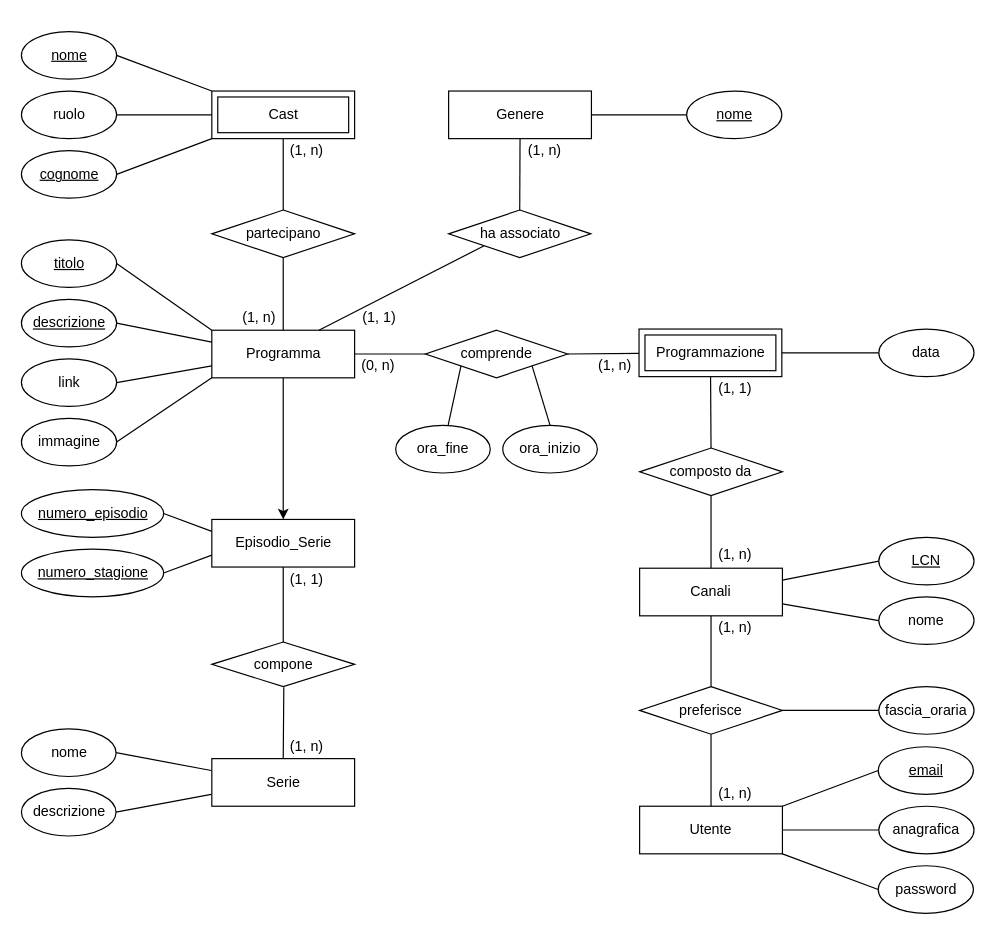
Before: Diagramma ER.drawio in Timat-Piderma/progetto-DB, a draw.io diagram. Source tidied: cells renumbered, new cells numbered last; positions are measured from the earlier drawing's top-left corner, leaving out a move shared by most shapes. Both pictures are drawn from the tidied source at 119%, with x=0, y=0 at pixel (20, 31).
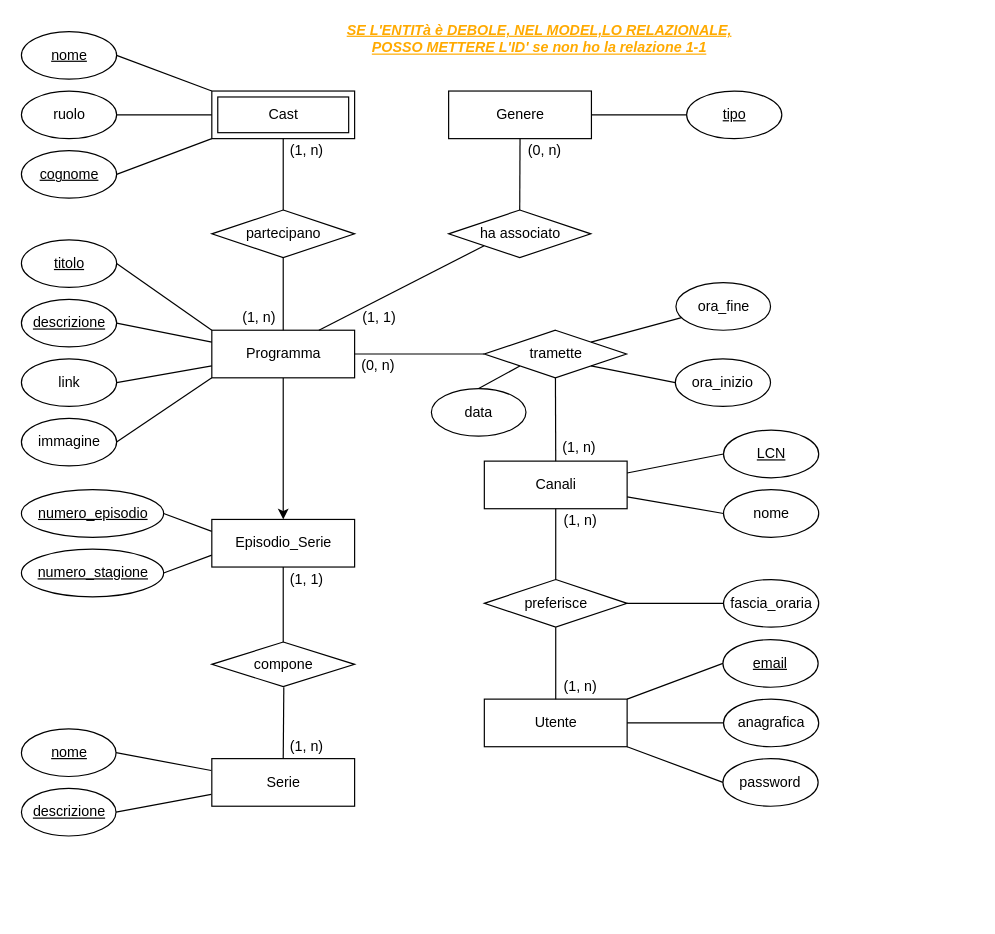
The same diagram, later.

Change to the diagram source:
```diff
@@
-    <mxCell id="2" style="endArrow=none;html=1;rounded=0;entryX=0.5;entryY=0;entryDx=0;entryDy=0;" parent="1" edge="1" source="51" target="4">
-      <mxGeometry relative="1" as="geometry" />
-    </mxCell>
     <mxCell id="3" value="Canali" style="rounded=0;whiteSpace=wrap;html=1;" parent="1" vertex="1">
-      <mxGeometry x="520" y="451" width="120" height="40" as="geometry" />
+      <mxGeometry x="389.5" y="361" width="120" height="40" as="geometry" />
     </mxCell>
-    <mxCell id="4" value="composto da" style="shape=rhombus;perimeter=rhombusPerimeter;whiteSpace=wrap;html=1;align=center;" parent="1" vertex="1">
-      <mxGeometry x="520" y="350" width="120" height="40" as="geometry" />
-    </mxCell>
@@
-    <mxCell id="8" value="comprende" style="shape=rhombus;perimeter=rhombusPerimeter;whiteSpace=wrap;html=1;align=center;" parent="1" vertex="1">
-      <mxGeometry x="340" y="251" width="119.5" height="40" as="geometry" />
+    <mxCell id="8" value="tramette" style="shape=rhombus;perimeter=rhombusPerimeter;whiteSpace=wrap;html=1;align=center;" parent="1" vertex="1">
+      <mxGeometry x="389.5" y="251" width="119.5" height="40" as="geometry" />
     </mxCell>
@@
     <mxCell id="13" style="edgeStyle=orthogonalEdgeStyle;rounded=0;orthogonalLoop=1;jettySize=auto;html=1;" parent="1" edge="1">
       <mxGeometry relative="1" as="geometry">
-        <mxPoint x="1080.5" y="477" as="targetPoint" />
+        <mxPoint x="1021" y="477" as="targetPoint" />
       </mxGeometry>
     </mxCell>
     <mxCell id="14" value="Utente" style="whiteSpace=wrap;html=1;align=center;" parent="1" vertex="1">
-      <mxGeometry x="520" y="651" width="120" height="40" as="geometry" />
+      <mxGeometry x="389.5" y="561" width="120" height="40" as="geometry" />
     </mxCell>
@@
     <mxCell id="16" value="LCN" style="ellipse;whiteSpace=wrap;html=1;align=center;fontStyle=4;" parent="1" vertex="1">
-      <mxGeometry x="721" y="425" width="80" height="40" as="geometry" />
+      <mxGeometry x="590.5" y="335" width="80" height="40" as="geometry" />
     </mxCell>
-    <mxCell id="17" value="ora_inizio" style="ellipse;whiteSpace=wrap;html=1;align=center;" parent="1" vertex="1">
-      <mxGeometry x="405" y="331" width="79.5" height="40" as="geometry" />
+    <mxCell id="17" value="data" style="ellipse;whiteSpace=wrap;html=1;align=center;" parent="1" vertex="1">
+      <mxGeometry x="345" y="300" width="79.5" height="40" as="geometry" />
     </mxCell>
-    <mxCell id="18" value="descrizione" style="ellipse;whiteSpace=wrap;html=1;align=center;" parent="1" vertex="1">
+    <mxCell id="18" value="&lt;u&gt;descrizione&lt;/u&gt;" style="ellipse;whiteSpace=wrap;html=1;align=center;" parent="1" vertex="1">
       <mxGeometry x="0.5" y="636" width="79.5" height="40" as="geometry" />
     </mxCell>
-    <mxCell id="19" value="nome" style="ellipse;whiteSpace=wrap;html=1;align=center;" parent="1" vertex="1">
+    <mxCell id="19" value="&lt;u&gt;nome&lt;/u&gt;" style="ellipse;whiteSpace=wrap;html=1;align=center;" parent="1" vertex="1">
       <mxGeometry x="0.5" y="586" width="79.5" height="40" as="geometry" />
     </mxCell>
@@
     <mxCell id="23" value="email" style="ellipse;whiteSpace=wrap;html=1;align=center;fontStyle=4;" parent="1" vertex="1">
-      <mxGeometry x="720.5" y="601" width="80" height="40" as="geometry" />
+      <mxGeometry x="590" y="511" width="80" height="40" as="geometry" />
     </mxCell>
     <mxCell id="24" value="anagrafica" style="ellipse;whiteSpace=wrap;html=1;align=center;" parent="1" vertex="1">
-      <mxGeometry x="721" y="651" width="80" height="40" as="geometry" />
+      <mxGeometry x="590.5" y="561" width="80" height="40" as="geometry" />
     </mxCell>
     <mxCell id="25" value="password" style="ellipse;whiteSpace=wrap;html=1;align=center;" parent="1" vertex="1">
-      <mxGeometry x="720.5" y="701" width="80" height="40" as="geometry" />
+      <mxGeometry x="590" y="611" width="80" height="40" as="geometry" />
     </mxCell>
     <mxCell id="26" value="nome" style="ellipse;whiteSpace=wrap;html=1;align=center;" parent="1" vertex="1">
-      <mxGeometry x="721" y="475" width="80" height="40" as="geometry" />
+      <mxGeometry x="590.5" y="385" width="80" height="40" as="geometry" />
     </mxCell>
@@
-    <mxCell id="45" style="endArrow=none;html=1;rounded=0;entryX=0.5;entryY=0;entryDx=0;entryDy=0;exitX=1;exitY=1;exitDx=0;exitDy=0;" parent="1" edge="1" source="8" target="17">
+    <mxCell id="45" style="endArrow=none;html=1;rounded=0;entryX=0.5;entryY=0;entryDx=0;entryDy=0;exitX=0;exitY=1;exitDx=0;exitDy=0;" parent="1" edge="1" source="8" target="17">
       <mxGeometry relative="1" as="geometry" />
     </mxCell>
@@
-    <mxCell id="50" style="endArrow=none;html=1;rounded=0;exitX=0.5;exitY=0;exitDx=0;exitDy=0;entryX=0.5;entryY=1;entryDx=0;entryDy=0;" parent="1" edge="1" source="3" target="4">
-      <mxGeometry relative="1" as="geometry" />
-    </mxCell>
-    <mxCell id="51" value="Programmazione" style="shape=ext;margin=3;double=1;whiteSpace=wrap;html=1;align=center;fontFamily=Helvetica;fontSize=12;fontColor=default;strokeColor=default;fillColor=default;" parent="1" vertex="1">
-      <mxGeometry x="519.5" y="250" width="120" height="40" as="geometry" />
-    </mxCell>
-    <mxCell id="52" style="endArrow=none;html=1;rounded=0;exitX=1;exitY=0.5;exitDx=0;exitDy=0;" parent="1" edge="1" source="8" target="51">
+    <mxCell id="52" style="endArrow=none;html=1;rounded=0;exitX=0.5;exitY=1;exitDx=0;exitDy=0;entryX=0.5;entryY=0;entryDx=0;entryDy=0;" parent="1" edge="1" source="8" target="3">
       <mxGeometry relative="1" as="geometry" />
     </mxCell>
     <mxCell id="53" value="preferisce" style="shape=rhombus;perimeter=rhombusPerimeter;whiteSpace=wrap;html=1;align=center;" parent="1" vertex="1">
-      <mxGeometry x="520" y="550.5" width="120" height="40" as="geometry" />
+      <mxGeometry x="389.5" y="460.5" width="120" height="40" as="geometry" />
     </mxCell>
@@
     <mxCell id="60" value="ora_fine" style="ellipse;whiteSpace=wrap;html=1;align=center;" parent="1" vertex="1">
-      <mxGeometry x="315" y="331" width="79.5" height="40" as="geometry" />
+      <mxGeometry x="550.5" y="211" width="79.5" height="40" as="geometry" />
     </mxCell>
-    <mxCell id="61" style="endArrow=none;html=1;rounded=0;exitX=0;exitY=1;exitDx=0;exitDy=0;" parent="1" edge="1" source="8" target="60">
+    <mxCell id="61" style="endArrow=none;html=1;rounded=0;exitX=1;exitY=0;exitDx=0;exitDy=0;" parent="1" edge="1" source="8" target="60">
       <mxGeometry relative="1" as="geometry" />
     </mxCell>
@@
-    <mxCell id="67" value="nome" style="ellipse;whiteSpace=wrap;html=1;align=center;fontStyle=4;" parent="1" vertex="1">
+    <mxCell id="67" value="tipo" style="ellipse;whiteSpace=wrap;html=1;align=center;fontStyle=4;" parent="1" vertex="1">
       <mxGeometry x="559.5" y="50" width="80" height="40" as="geometry" />
     </mxCell>
@@
     <mxCell id="69" value="fascia_oraria" style="ellipse;whiteSpace=wrap;html=1;align=center;" parent="1" vertex="1">
-      <mxGeometry x="721" y="550.5" width="80" height="40" as="geometry" />
+      <mxGeometry x="590.5" y="460.5" width="80" height="40" as="geometry" />
     </mxCell>
@@
-    <mxCell id="71" value="data" style="ellipse;whiteSpace=wrap;html=1;align=center;" parent="1" vertex="1">
-      <mxGeometry x="721" y="250" width="80" height="40" as="geometry" />
+    <mxCell id="71" value="ora_inizio" style="ellipse;whiteSpace=wrap;html=1;align=center;" parent="1" vertex="1">
+      <mxGeometry x="550" y="275" width="80" height="40" as="geometry" />
     </mxCell>
-    <mxCell id="72" style="endArrow=none;html=1;rounded=0;entryX=0;entryY=0.5;entryDx=0;entryDy=0;exitX=1;exitY=0.5;exitDx=0;exitDy=0;" parent="1" edge="1" source="51" target="71">
+    <mxCell id="72" style="endArrow=none;html=1;rounded=0;entryX=0;entryY=0.5;entryDx=0;entryDy=0;exitX=1;exitY=1;exitDx=0;exitDy=0;" parent="1" edge="1" source="8" target="71">
       <mxGeometry relative="1" as="geometry" />
     </mxCell>
@@
-    <mxCell id="78" value="(1, n)" style="text;html=1;align=center;verticalAlign=middle;strokeColor=none;fillColor=none;" parent="1" vertex="1">
+    <mxCell id="78" value="(0, n)" style="text;html=1;align=center;verticalAlign=middle;strokeColor=none;fillColor=none;" parent="1" vertex="1">
       <mxGeometry x="419.5" y="90" width="40" height="20" as="geometry" />
     </mxCell>
@@
-    <mxCell id="80" value="(1, n)" style="text;html=1;align=center;verticalAlign=middle;strokeColor=none;fillColor=none;" parent="1" vertex="1">
-      <mxGeometry x="479" y="271" width="40" height="20" as="geometry" />
-    </mxCell>
-    <mxCell id="81" value="(1, 1)" style="text;html=1;align=center;verticalAlign=middle;strokeColor=none;fillColor=none;" parent="1" vertex="1">
-      <mxGeometry x="579.5" y="290" width="40" height="20" as="geometry" />
-    </mxCell>
     <mxCell id="82" value="(1, n)" style="text;html=1;align=center;verticalAlign=middle;strokeColor=none;fillColor=none;" parent="1" vertex="1">
-      <mxGeometry x="579.5" y="430" width="40" height="20" as="geometry" />
+      <mxGeometry x="449" y="340" width="40" height="20" as="geometry" />
     </mxCell>
     <mxCell id="83" value="(1, n)" style="text;html=1;align=center;verticalAlign=middle;strokeColor=none;fillColor=none;" parent="1" vertex="1">
-      <mxGeometry x="580" y="491" width="40" height="20" as="geometry" />
+      <mxGeometry x="449.5" y="401" width="40" height="20" as="geometry" />
     </mxCell>
     <mxCell id="84" value="(1, n)" style="text;html=1;align=center;verticalAlign=middle;strokeColor=none;fillColor=none;" parent="1" vertex="1">
-      <mxGeometry x="580" y="631" width="40" height="20" as="geometry" />
+      <mxGeometry x="449.5" y="541" width="40" height="20" as="geometry" />
     </mxCell>
+    <mxCell id="85" value="&lt;font color=&quot;#ffaa00&quot;&gt;&lt;b&gt;&lt;i&gt;&lt;u&gt;SE L'ENTITà è DEBOLE, NEL MODEL,LO RELAZIONALE, POSSO METTERE L'ID' se non ho la relazione 1-1&lt;/u&gt;&lt;/i&gt;&lt;/b&gt;&lt;/font&gt;" style="text;html=1;strokeColor=none;fillColor=none;align=center;verticalAlign=middle;whiteSpace=wrap;rounded=0;" parent="1" vertex="1">
+      <mxGeometry x="260.5" y="-9" width="350" height="30" as="geometry" />
+    </mxCell>
```
